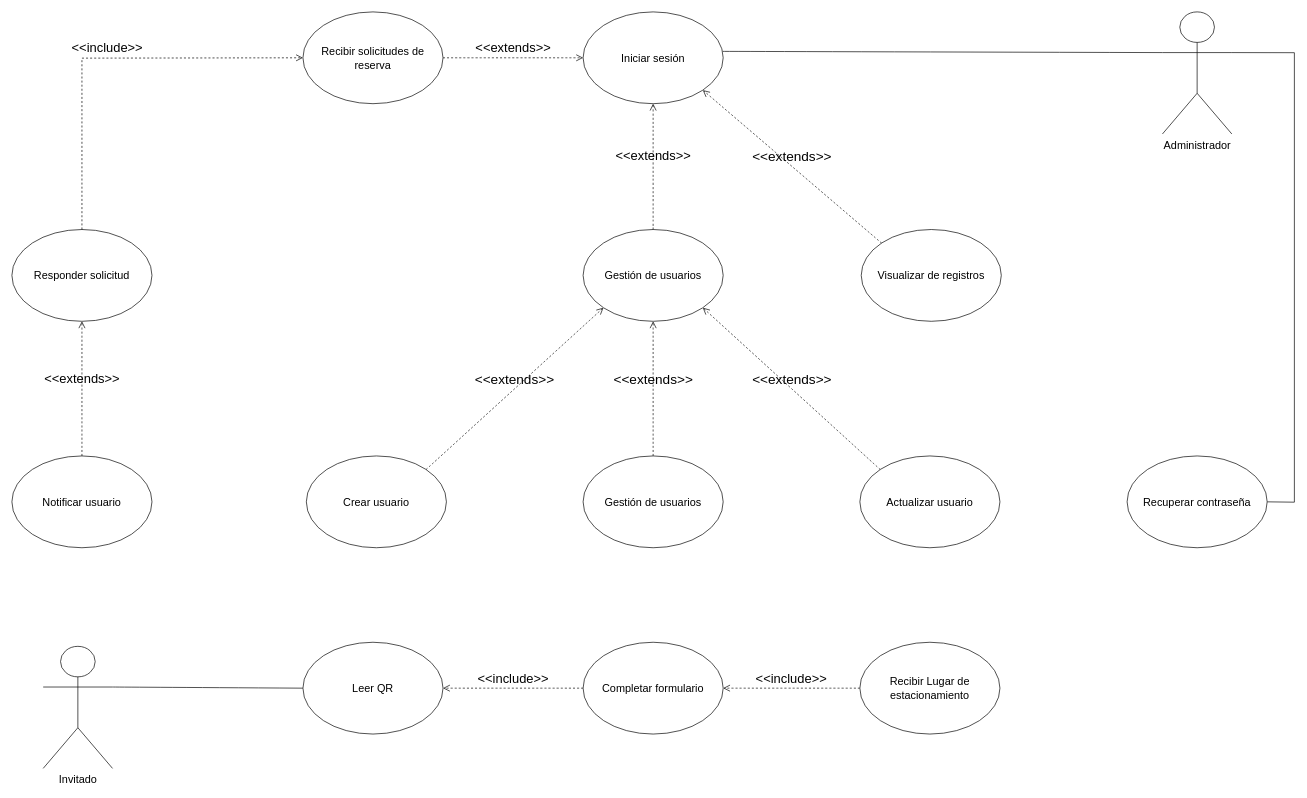
The draw.io diagram Diagramas/Casos_de_Uso.drawio in MrRevillod/SmartParking, before the edit. Source tidied: cells renumbered, new cells numbered last; positions are measured from the earlier drawing's top-left corner, leaving out a move shared by most shapes. Both pictures are drawn from the tidied source at 68%, with x=0, y=0 at pixel (12, 12).
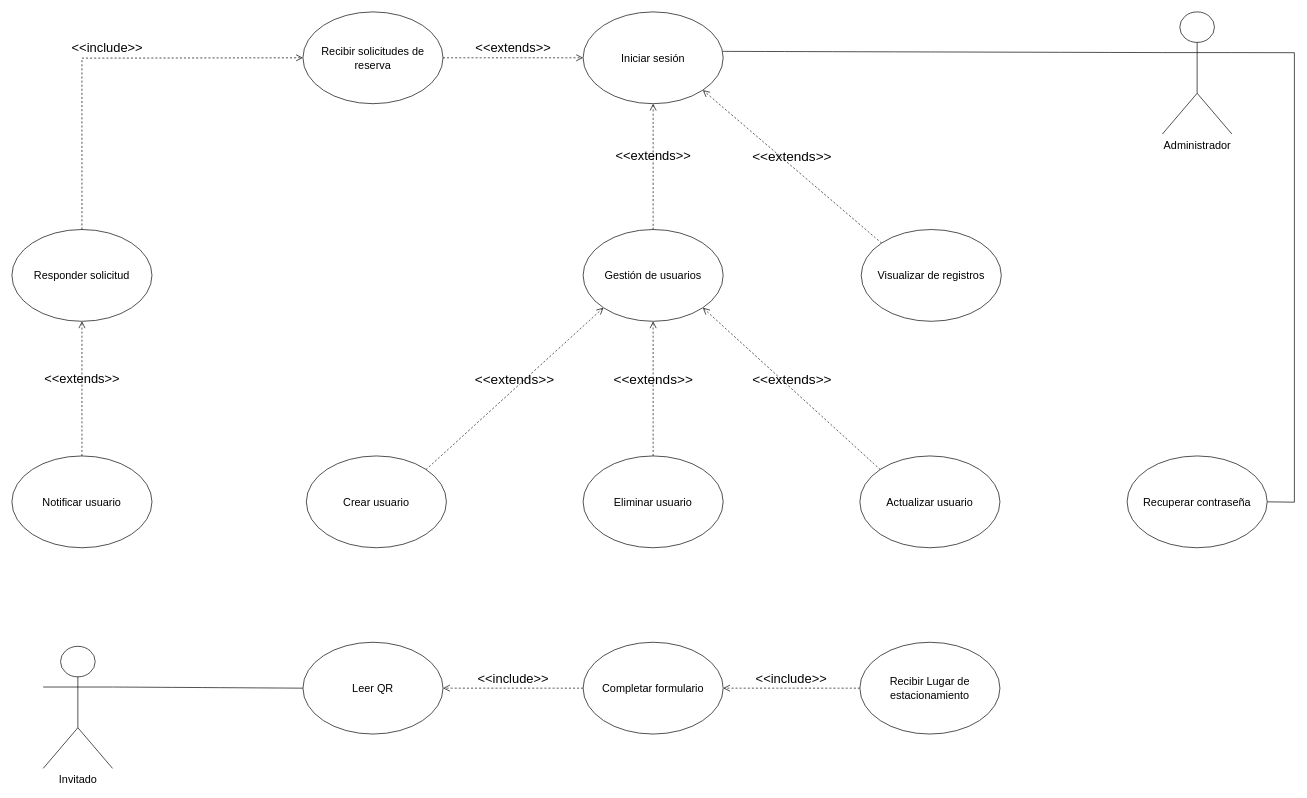
Above is the later version.

Diff of the diagram source:
```diff
@@
-    <mxCell id="16" value="Gestión de usuarios" style="ellipse;whiteSpace=wrap;html=1;fontSize=16;" parent="1" vertex="1">
+    <mxCell id="16" value="Eliminar usuario" style="ellipse;whiteSpace=wrap;html=1;fontSize=16;" parent="1" vertex="1">
       <mxGeometry x="840" y="653" width="206" height="135" as="geometry" />
     </mxCell>
```
